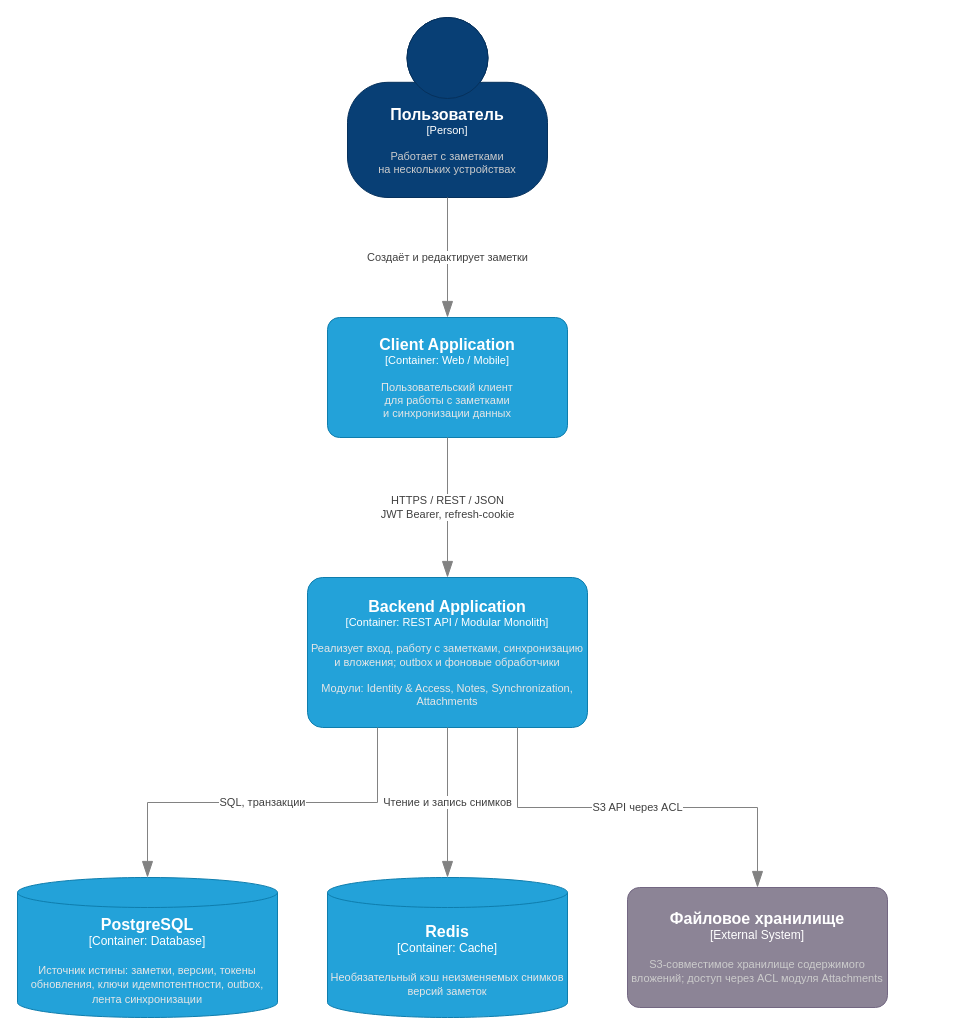
Before: page "Container" (2 of 2) of docs/architecture/c4-diagram.drawio in IlyaChern12/Notes-Service, a draw.io diagram. Source tidied: cells renumbered, new cells numbered last; positions are measured from the earlier drawing's top-left corner, leaving out a move shared by most shapes. Both pictures are drawn from the tidied source at 100%, with x=0, y=0 at pixel (17, 17).
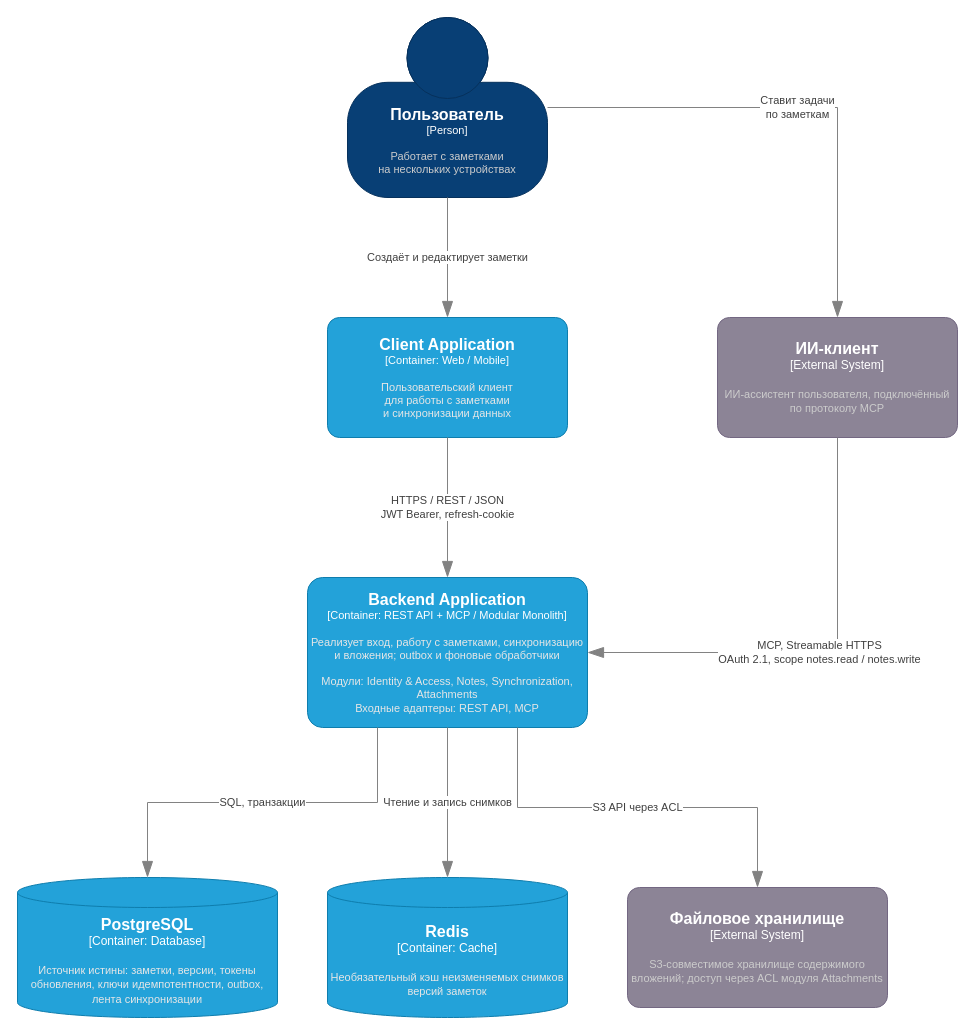
Above is the later version.

The change refers to these unchanged cells:
```xml
<object id="2" label="&lt;font style=&quot;font-size: 16px&quot;&gt;&lt;b&gt;%c4Name%&lt;/b&gt;&lt;/font&gt;&lt;div&gt;[%c4Type%]&lt;/div&gt;&lt;br&gt;&lt;div&gt;&lt;font style=&quot;font-size: 11px&quot;&gt;&lt;font color=&quot;#cccccc&quot;&gt;%c4Description%&lt;/font&gt;&lt;/div&gt;" c4Description="Работает с заметками&amp;#xa;на нескольких устройствах" c4Name="Пользователь" c4Type="Person" placeholders="1">
  <mxCell style="html=1;fontSize=11;dashed=0;whiteSpace=wrap;fillColor=#083F75;strokeColor=#06315C;fontColor=#ffffff;shape=mxgraph.c4.person2;align=center;points=[[0.5,0,0],[1,0.5,0],[1,0.75,0],[0.75,1,0],[0.5,1,0],[0.25,1,0],[0,0.75,0],[0,0.5,0]];" parent="1" vertex="1">
    <mxGeometry x="330" width="200" height="180" as="geometry" />
  </mxCell>
</object>
```

The edit, as a diff of the source:
```diff
@@
-    <object id="4" label="&lt;font style=&quot;font-size: 16px&quot;&gt;&lt;b&gt;%c4Name%&lt;/b&gt;&lt;/font&gt;&lt;div&gt;[%c4Type%: %c4Technology%]&lt;/div&gt;&lt;br&gt;&lt;div&gt;&lt;font style=&quot;font-size: 11px&quot;&gt;&lt;font color=&quot;#E6E6E6&quot;&gt;%c4Description%&lt;/font&gt;&lt;/div&gt;" c4Description="Реализует вход, работу с заметками, синхронизацию и вложения; outbox и фоновые обработчики&amp;#xa;&amp;#xa;Модули: Identity &amp; Access, Notes, Synchronization, Attachments" c4Name="Backend Application" c4Technology="REST API / Modular Monolith" c4Type="Container" placeholders="1">
+    <object id="4" label="&lt;font style=&quot;font-size: 16px&quot;&gt;&lt;b&gt;%c4Name%&lt;/b&gt;&lt;/font&gt;&lt;div&gt;[%c4Type%: %c4Technology%]&lt;/div&gt;&lt;br&gt;&lt;div&gt;&lt;font style=&quot;font-size: 11px&quot;&gt;&lt;font color=&quot;#E6E6E6&quot;&gt;%c4Description%&lt;/font&gt;&lt;/div&gt;" c4Description="Реализует вход, работу с заметками, синхронизацию и вложения; outbox и фоновые обработчики&amp;#xa;&amp;#xa;Модули: Identity &amp; Access, Notes, Synchronization, Attachments&amp;#xa;Входные адаптеры: REST API, MCP" c4Name="Backend Application" c4Technology="REST API + MCP / Modular Monolith" c4Type="Container" placeholders="1">
       <mxCell style="rounded=1;whiteSpace=wrap;html=1;fontSize=11;labelBackgroundColor=none;fillColor=#23A2D9;fontColor=#ffffff;align=center;arcSize=10;strokeColor=#0E7DAD;points=[[0.25,0,0],[0.5,0,0],[0.75,0,0],[1,0.25,0],[1,0.5,0],[1,0.75,0],[0.75,1,0],[0.5,1,0],[0.25,1,0],[0,0.75,0],[0,0.5,0],[0,0.25,0]];" parent="1" vertex="1">
         <mxGeometry x="290" y="560" width="280" height="150" as="geometry" />
       </mxCell>
     </object>
@@
+    <object id="13" label="&lt;font style=&quot;font-size: 16px&quot;&gt;&lt;b&gt;%c4Name%&lt;/b&gt;&lt;/font&gt;&lt;div&gt;[%c4Type%]&lt;/div&gt;&lt;br&gt;&lt;div&gt;&lt;font style=&quot;font-size: 11px&quot;&gt;&lt;font color=&quot;#cccccc&quot;&gt;%c4Description%&lt;/font&gt;&lt;/div&gt;" c4Description="ИИ-ассистент пользователя, подключённый по протоколу MCP" c4Name="ИИ-клиент" c4Type="External System" placeholders="1">
+      <mxCell style="rounded=1;whiteSpace=wrap;html=1;labelBackgroundColor=none;fillColor=#8C8496;fontColor=#ffffff;align=center;arcSize=10;strokeColor=#736782;points=[[0.25,0,0],[0.5,0,0],[0.75,0,0],[1,0.25,0],[1,0.5,0],[1,0.75,0],[0.75,1,0],[0.5,1,0],[0.25,1,0],[0,0.75,0],[0,0.5,0],[0,0.25,0]];" parent="1" vertex="1">
+        <mxGeometry x="700" y="300" width="240" height="120" as="geometry" />
+      </mxCell>
+    </object>
+    <mxCell id="14" value="Ставит задачи&lt;br&gt;по заметкам" style="endArrow=blockThin;html=1;fontSize=11;fontColor=#404040;strokeWidth=1;endFill=1;strokeColor=#828282;elbow=vertical;endSize=14;startSize=14;jumpStyle=arc;jumpSize=16;rounded=0;edgeStyle=orthogonalEdgeStyle;labelBackgroundColor=#FFFFFF;exitX=1;exitY=0.5;exitDx=0;exitDy=0;exitPerimeter=0;entryX=0.5;entryY=0;entryDx=0;entryDy=0;entryPerimeter=0;" parent="1" edge="1" source="2" target="13">
+      <mxGeometry relative="1" as="geometry" />
+    </mxCell>
+    <mxCell id="15" value="MCP, Streamable HTTPS&lt;br&gt;OAuth 2.1, scope notes.read / notes.write" style="endArrow=blockThin;html=1;fontSize=11;fontColor=#404040;strokeWidth=1;endFill=1;strokeColor=#828282;elbow=vertical;endSize=14;startSize=14;jumpStyle=arc;jumpSize=16;rounded=0;edgeStyle=orthogonalEdgeStyle;labelBackgroundColor=#FFFFFF;exitX=0.5;exitY=1;exitDx=0;exitDy=0;exitPerimeter=0;entryX=1;entryY=0.5;entryDx=0;entryDy=0;entryPerimeter=0;" parent="1" edge="1" source="13" target="4">
+      <mxGeometry relative="1" as="geometry" />
+    </mxCell>
```
